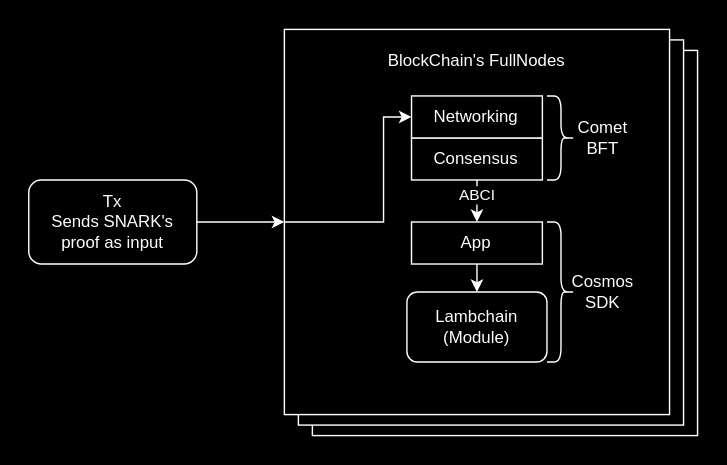
Earlier version of the draw.io export imgs/Diagram_Cosmos.svg (eminmtas/aligned_layer_tendermint). Source tidied: cells renumbered, new cells last; positions are measured from the earlier drawing's top-left corner, leaving out a move shared by most shapes.
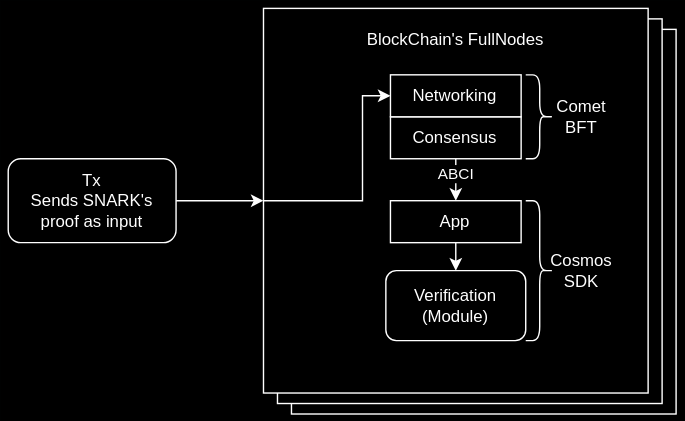
Later version of the same file.

The edit, as a diff of the source:
```diff
@@ -40,7 +40,7 @@
     <mxCell id="13" value="Tx&lt;br&gt;Sends SNARK's proof as input" style="text;html=1;align=center;verticalAlign=middle;whiteSpace=wrap;rounded=0;" parent="1" vertex="1">
       <mxGeometry x="10" y="128" width="100" height="20" as="geometry" />
     </mxCell>
-    <mxCell id="14" value="Lambchain&lt;br&gt;(Module)" style="rounded=1;whiteSpace=wrap;html=1;" parent="1" vertex="1">
+    <mxCell id="14" value="&lt;div&gt;Verification&lt;/div&gt;(Module)" style="rounded=1;whiteSpace=wrap;html=1;" parent="1" vertex="1">
       <mxGeometry x="270" y="188" width="100" height="50" as="geometry" />
     </mxCell>
     <mxCell id="15" style="edgeStyle=orthogonalEdgeStyle;rounded=0;orthogonalLoop=1;jettySize=auto;html=1;exitX=0.5;exitY=1;exitDx=0;exitDy=0;" parent="1" edge="1" source="14" target="14">
```
